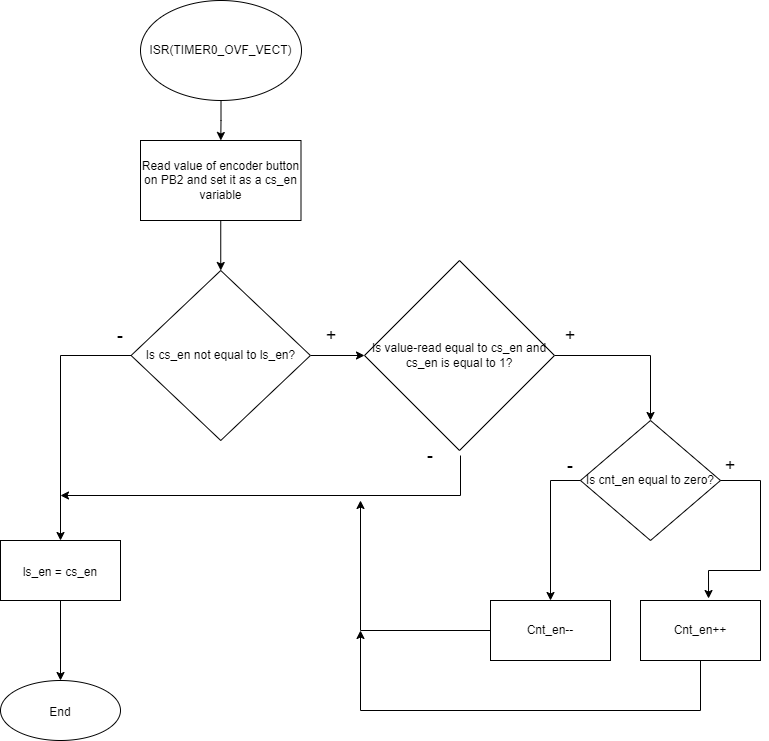
OndraFoltyn/digital-electronics-2 keeps this draw.io diagram as project1/Encoder_button.drawio.png. Above is the earlier version. Source tidied: cells renumbered, new cells last; positions are measured from the earlier drawing's top-left corner, leaving out a move shared by most shapes.
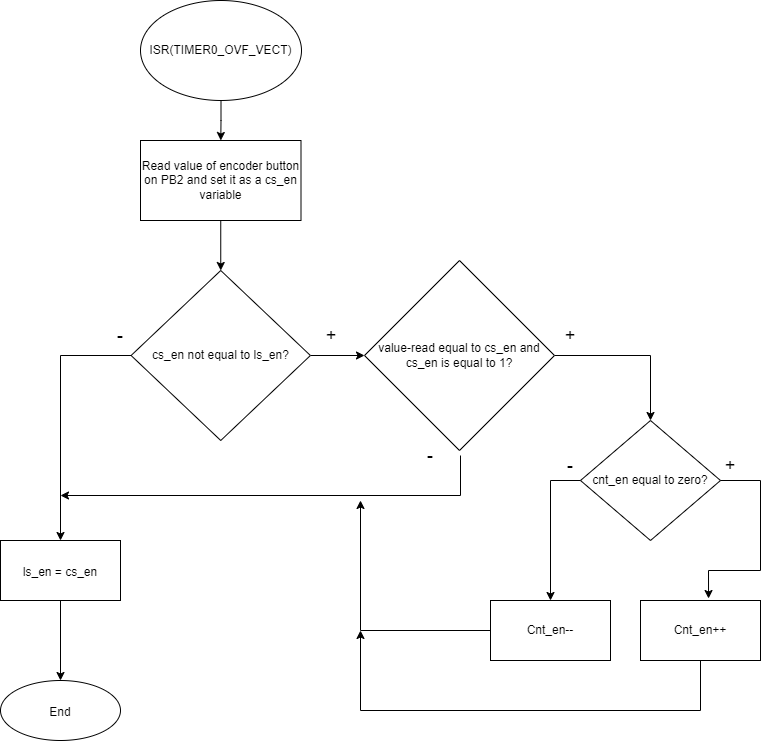
After the change.

What changed in the source:
```diff
@@ -20,7 +20,7 @@
     <mxCell id="7" style="edgeStyle=orthogonalEdgeStyle;rounded=0;jettySize=auto;html=1;fontSize=18;" parent="1" edge="1" source="8" target="11">
       <mxGeometry relative="1" as="geometry" />
     </mxCell>
-    <mxCell id="8" value="Is cs_en not equal to ls_en?" style="rhombus;whiteSpace=wrap;html=1;" parent="1" vertex="1">
+    <mxCell id="8" value="cs_en not equal to ls_en?" style="rhombus;whiteSpace=wrap;html=1;" parent="1" vertex="1">
       <mxGeometry x="130.6" y="270" width="179.3" height="170" as="geometry" />
     </mxCell>
     <mxCell id="9" value="&lt;font style=&quot;font-size: 18px;&quot;&gt;-&lt;/font&gt;" style="text;html=1;strokeColor=none;fillColor=none;align=center;verticalAlign=middle;whiteSpace=wrap;rounded=0;" parent="1" vertex="1">
@@ -29,7 +29,7 @@
     <mxCell id="10" style="edgeStyle=orthogonalEdgeStyle;rounded=0;jettySize=auto;html=1;exitX=1;exitY=0.5;exitDx=0;exitDy=0;entryX=0.5;entryY=0;entryDx=0;entryDy=0;fontSize=18;" parent="1" edge="1" source="11" target="14">
       <mxGeometry relative="1" as="geometry" />
     </mxCell>
-    <mxCell id="11" value="Is value-read&amp;nbsp;equal to cs_en and cs_en is equal to 1?" style="rhombus;whiteSpace=wrap;html=1;" parent="1" vertex="1">
+    <mxCell id="11" value="value-read&amp;nbsp;equal to cs_en and cs_en is equal to 1?" style="rhombus;whiteSpace=wrap;html=1;" parent="1" vertex="1">
       <mxGeometry x="364" y="260" width="190" height="190" as="geometry" />
     </mxCell>
     <mxCell id="12" value="&lt;span style=&quot;font-size: 18px;&quot;&gt;+&lt;/span&gt;" style="text;html=1;strokeColor=none;fillColor=none;align=center;verticalAlign=middle;whiteSpace=wrap;rounded=0;" parent="1" vertex="1">
@@ -38,7 +38,7 @@
     <mxCell id="13" value="&lt;font style=&quot;font-size: 18px;&quot;&gt;-&lt;/font&gt;" style="text;html=1;strokeColor=none;fillColor=none;align=center;verticalAlign=middle;whiteSpace=wrap;rounded=0;" parent="1" vertex="1">
       <mxGeometry x="400" y="440" width="60" height="30" as="geometry" />
     </mxCell>
-    <mxCell id="14" value="Is cnt_en equal to zero?" style="rhombus;whiteSpace=wrap;html=1;" parent="1" vertex="1">
+    <mxCell id="14" value="cnt_en equal to zero?" style="rhombus;whiteSpace=wrap;html=1;" parent="1" vertex="1">
       <mxGeometry x="580" y="420" width="140" height="120" as="geometry" />
     </mxCell>
     <mxCell id="15" value="Cnt_en++" style="whiteSpace=wrap;html=1;" parent="1" vertex="1">
```
